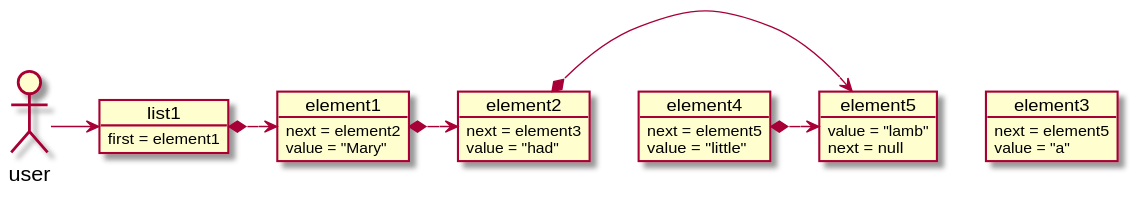
This is assets/list-od_002.svg from Aliracker/refresher, a PlantUML export, as it was before one commit.
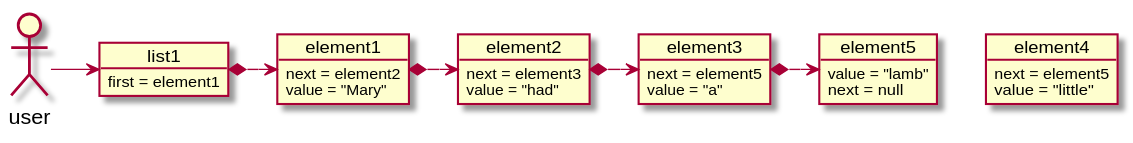
The same file after the commit.

The edit, as a diff of the source:
```diff
@@ -36,7 +36,7 @@
 
 list1 *-right-> element1
 element1 *-right-> element2
-element2 *-right-> element5
-element4 *-right-> element5
+element2 *-right-> element3
+element3 *-right-> element5
 
 @enduml
```
